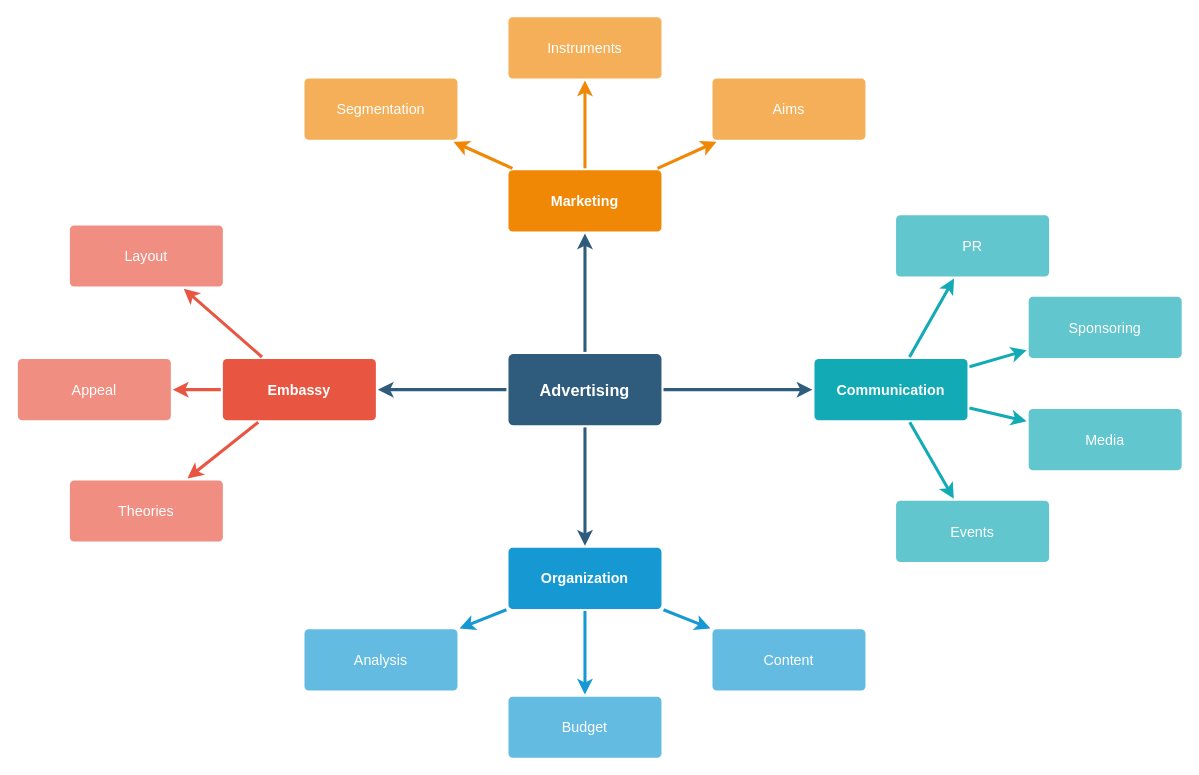
The draw.io diagram Untitled Diagram.drawio in Andykibz/Collaborative-VR-Robot-Arm-Project, before the edit. Source tidied: cells renumbered, new cells numbered last; positions are measured from the earlier drawing's top-left corner, leaving out a move shared by most shapes. Both pictures are drawn from the tidied source at 102%, with x=0, y=0 at pixel (17, 16).
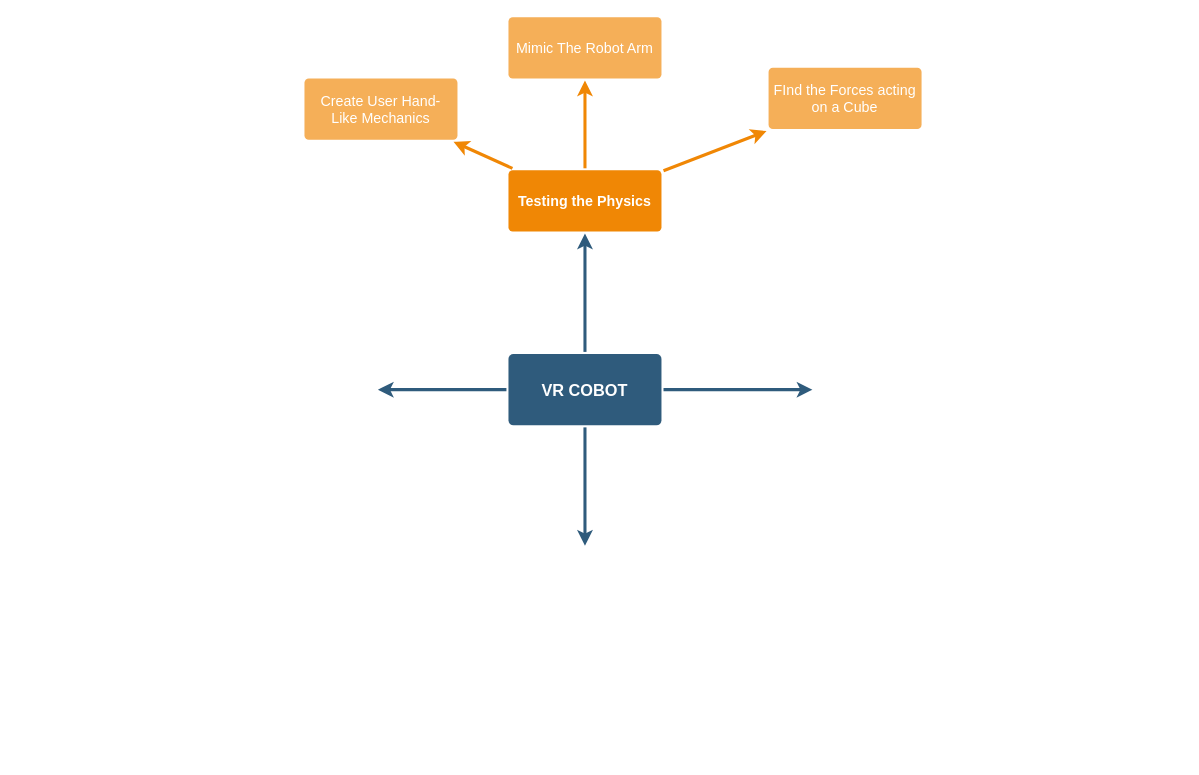
After the change.

Diff of the diagram source:
```diff
@@
-    <mxCell id="3" style="edgeStyle=none;rounded=0;jumpStyle=none;html=1;shadow=0;labelBackgroundColor=none;startArrow=none;startFill=0;endArrow=classic;endFill=1;jettySize=auto;strokeColor=#2F5B7C;strokeWidth=3;fontFamily=Helvetica;fontSize=16;fontColor=#23445D;spacing=5;" parent="1" edge="1" source="6" target="28">
-      <mxGeometry relative="1" as="geometry" />
+    <mxCell id="3" style="edgeStyle=none;rounded=0;jumpStyle=none;html=1;shadow=0;labelBackgroundColor=none;startArrow=none;startFill=0;endArrow=classic;endFill=1;jettySize=auto;strokeColor=#2F5B7C;strokeWidth=3;fontFamily=Helvetica;fontSize=16;fontColor=#23445D;spacing=5;" parent="1" edge="1" source="6">
+      <mxGeometry relative="1" as="geometry">
+        <mxPoint x="779" y="365.5" as="targetPoint" />
+      </mxGeometry>
     </mxCell>
-    <mxCell id="4" style="edgeStyle=none;rounded=0;jumpStyle=none;html=1;shadow=0;labelBackgroundColor=none;startArrow=none;startFill=0;endArrow=classic;endFill=1;jettySize=auto;strokeColor=#2F5B7C;strokeWidth=3;fontFamily=Helvetica;fontSize=16;fontColor=#23445D;spacing=5;" parent="1" edge="1" source="6" target="17">
-      <mxGeometry relative="1" as="geometry" />
+    <mxCell id="4" style="edgeStyle=none;rounded=0;jumpStyle=none;html=1;shadow=0;labelBackgroundColor=none;startArrow=none;startFill=0;endArrow=classic;endFill=1;jettySize=auto;strokeColor=#2F5B7C;strokeWidth=3;fontFamily=Helvetica;fontSize=16;fontColor=#23445D;spacing=5;" parent="1" edge="1" source="6">
+      <mxGeometry relative="1" as="geometry">
+        <mxPoint x="556" y="518.5" as="targetPoint" />
+      </mxGeometry>
     </mxCell>
-    <mxCell id="5" style="edgeStyle=none;rounded=0;jumpStyle=none;html=1;shadow=0;labelBackgroundColor=none;startArrow=none;startFill=0;endArrow=classic;endFill=1;jettySize=auto;strokeColor=#2F5B7C;strokeWidth=3;fontFamily=Helvetica;fontSize=16;fontColor=#23445D;spacing=5;" parent="1" edge="1" source="6" target="10">
-      <mxGeometry relative="1" as="geometry" />
+    <mxCell id="5" style="edgeStyle=none;rounded=0;jumpStyle=none;html=1;shadow=0;labelBackgroundColor=none;startArrow=none;startFill=0;endArrow=classic;endFill=1;jettySize=auto;strokeColor=#2F5B7C;strokeWidth=3;fontFamily=Helvetica;fontSize=16;fontColor=#23445D;spacing=5;" parent="1" edge="1" source="6">
+      <mxGeometry relative="1" as="geometry">
+        <mxPoint x="353" y="365.5" as="targetPoint" />
+      </mxGeometry>
     </mxCell>
-    <mxCell id="6" value="Advertising" style="rounded=1;whiteSpace=wrap;html=1;shadow=0;labelBackgroundColor=none;strokeColor=none;strokeWidth=3;fillColor=#2F5B7C;fontFamily=Helvetica;fontSize=16;fontColor=#FFFFFF;align=center;fontStyle=1;spacing=5;arcSize=7;perimeterSpacing=2;" parent="1" vertex="1">
+    <mxCell id="6" value="VR COBOT" style="rounded=1;whiteSpace=wrap;html=1;shadow=0;labelBackgroundColor=none;strokeColor=none;strokeWidth=3;fillColor=#2F5B7C;fontFamily=Helvetica;fontSize=16;fontColor=#FFFFFF;align=center;fontStyle=1;spacing=5;arcSize=7;perimeterSpacing=2;" parent="1" vertex="1">
       <mxGeometry x="481" y="330.5" width="150" height="70" as="geometry" />
     </mxCell>
-    <mxCell id="7" style="edgeStyle=none;rounded=1;jumpStyle=none;html=1;shadow=0;labelBackgroundColor=none;startArrow=none;startFill=0;jettySize=auto;strokeColor=#E85642;strokeWidth=3;fontFamily=Helvetica;fontSize=14;fontColor=#FFFFFF;spacing=5;fontStyle=1;fillColor=#b0e3e6;" parent="1" edge="1" source="10" target="13">
-      <mxGeometry relative="1" as="geometry" />
-    </mxCell>
-    <mxCell id="8" style="edgeStyle=none;rounded=1;jumpStyle=none;html=1;shadow=0;labelBackgroundColor=none;startArrow=none;startFill=0;jettySize=auto;strokeColor=#E85642;strokeWidth=3;fontFamily=Helvetica;fontSize=14;fontColor=#FFFFFF;spacing=5;fontStyle=1;fillColor=#b0e3e6;" parent="1" edge="1" source="10" target="12">
-      <mxGeometry relative="1" as="geometry" />
-    </mxCell>
-    <mxCell id="9" style="edgeStyle=none;rounded=1;jumpStyle=none;html=1;shadow=0;labelBackgroundColor=none;startArrow=none;startFill=0;jettySize=auto;strokeColor=#E85642;strokeWidth=3;fontFamily=Helvetica;fontSize=14;fontColor=#FFFFFF;spacing=5;fontStyle=1;fillColor=#b0e3e6;" parent="1" edge="1" source="10" target="11">
-      <mxGeometry relative="1" as="geometry" />
-    </mxCell>
-    <mxCell id="10" value="Embassy" style="rounded=1;whiteSpace=wrap;html=1;shadow=0;labelBackgroundColor=none;strokeColor=none;strokeWidth=3;fillColor=#e85642;fontFamily=Helvetica;fontSize=14;fontColor=#FFFFFF;align=center;spacing=5;fontStyle=1;arcSize=7;perimeterSpacing=2;" parent="1" vertex="1">
-      <mxGeometry x="201" y="335.5" width="150" height="60" as="geometry" />
-    </mxCell>
-    <mxCell id="11" value="Theories" style="rounded=1;whiteSpace=wrap;html=1;shadow=0;labelBackgroundColor=none;strokeColor=none;strokeWidth=3;fillColor=#f08e81;fontFamily=Helvetica;fontSize=14;fontColor=#FFFFFF;align=center;spacing=5;fontStyle=0;arcSize=7;perimeterSpacing=2;" parent="1" vertex="1">
-      <mxGeometry x="51" y="454.5" width="150" height="60" as="geometry" />
-    </mxCell>
-    <mxCell id="12" value="Appeal" style="rounded=1;whiteSpace=wrap;html=1;shadow=0;labelBackgroundColor=none;strokeColor=none;strokeWidth=3;fillColor=#f08e81;fontFamily=Helvetica;fontSize=14;fontColor=#FFFFFF;align=center;spacing=5;fontStyle=0;arcSize=7;perimeterSpacing=2;" parent="1" vertex="1">
-      <mxGeometry y="335.5" width="150" height="60" as="geometry" />
-    </mxCell>
-    <mxCell id="13" value="Layout" style="rounded=1;whiteSpace=wrap;html=1;shadow=0;labelBackgroundColor=none;strokeColor=none;strokeWidth=3;fillColor=#f08e81;fontFamily=Helvetica;fontSize=14;fontColor=#FFFFFF;align=center;spacing=5;fontStyle=0;arcSize=7;perimeterSpacing=2;" parent="1" vertex="1">
-      <mxGeometry x="51" y="204.5" width="150" height="60" as="geometry" />
-    </mxCell>
-    <mxCell id="14" style="edgeStyle=none;rounded=0;jumpStyle=none;html=1;shadow=0;labelBackgroundColor=none;startArrow=none;startFill=0;endArrow=classic;endFill=1;jettySize=auto;strokeColor=#1699D3;strokeWidth=3;fontFamily=Helvetica;fontSize=14;fontColor=#FFFFFF;spacing=5;" parent="1" edge="1" source="17" target="20">
-      <mxGeometry relative="1" as="geometry" />
-    </mxCell>
-    <mxCell id="15" style="edgeStyle=none;rounded=0;jumpStyle=none;html=1;shadow=0;labelBackgroundColor=none;startArrow=none;startFill=0;endArrow=classic;endFill=1;jettySize=auto;strokeColor=#1699D3;strokeWidth=3;fontFamily=Helvetica;fontSize=14;fontColor=#FFFFFF;spacing=5;" parent="1" edge="1" source="17" target="19">
-      <mxGeometry relative="1" as="geometry" />
-    </mxCell>
-    <mxCell id="16" style="edgeStyle=none;rounded=0;jumpStyle=none;html=1;shadow=0;labelBackgroundColor=none;startArrow=none;startFill=0;endArrow=classic;endFill=1;jettySize=auto;strokeColor=#1699D3;strokeWidth=3;fontFamily=Helvetica;fontSize=14;fontColor=#FFFFFF;spacing=5;" parent="1" edge="1" source="17" target="18">
-      <mxGeometry relative="1" as="geometry" />
-    </mxCell>
-    <mxCell id="17" value="Organization" style="rounded=1;whiteSpace=wrap;html=1;shadow=0;labelBackgroundColor=none;strokeColor=none;strokeWidth=3;fillColor=#1699d3;fontFamily=Helvetica;fontSize=14;fontColor=#FFFFFF;align=center;spacing=5;fontStyle=1;arcSize=7;perimeterSpacing=2;" parent="1" vertex="1">
-      <mxGeometry x="481" y="520.5" width="150" height="60" as="geometry" />
-    </mxCell>
-    <mxCell id="18" value="Content" style="rounded=1;whiteSpace=wrap;html=1;shadow=0;labelBackgroundColor=none;strokeColor=none;strokeWidth=3;fillColor=#64bbe2;fontFamily=Helvetica;fontSize=14;fontColor=#FFFFFF;align=center;spacing=5;arcSize=7;perimeterSpacing=2;" parent="1" vertex="1">
-      <mxGeometry x="681" y="600.5" width="150" height="60" as="geometry" />
-    </mxCell>
-    <mxCell id="19" value="Budget" style="rounded=1;whiteSpace=wrap;html=1;shadow=0;labelBackgroundColor=none;strokeColor=none;strokeWidth=3;fillColor=#64bbe2;fontFamily=Helvetica;fontSize=14;fontColor=#FFFFFF;align=center;spacing=5;arcSize=7;perimeterSpacing=2;" parent="1" vertex="1">
-      <mxGeometry x="481" y="666.5" width="150" height="60" as="geometry" />
-    </mxCell>
-    <mxCell id="20" value="Analysis" style="rounded=1;whiteSpace=wrap;html=1;shadow=0;labelBackgroundColor=none;strokeColor=none;strokeWidth=3;fillColor=#64bbe2;fontFamily=Helvetica;fontSize=14;fontColor=#FFFFFF;align=center;spacing=5;arcSize=7;perimeterSpacing=2;" parent="1" vertex="1">
-      <mxGeometry x="281" y="600.5" width="150" height="60" as="geometry" />
-    </mxCell>
-    <mxCell id="21" value="Marketing" style="rounded=1;whiteSpace=wrap;html=1;shadow=0;labelBackgroundColor=none;strokeColor=none;strokeWidth=3;fillColor=#F08705;fontFamily=Helvetica;fontSize=14;fontColor=#FFFFFF;align=center;spacing=5;fontStyle=1;arcSize=7;perimeterSpacing=2;" parent="1" vertex="1">
+    <mxCell id="21" value="Testing the Physics" style="rounded=1;whiteSpace=wrap;html=1;shadow=0;labelBackgroundColor=none;strokeColor=none;strokeWidth=3;fillColor=#F08705;fontFamily=Helvetica;fontSize=14;fontColor=#FFFFFF;align=center;spacing=5;fontStyle=1;arcSize=7;perimeterSpacing=2;" parent="1" vertex="1">
       <mxGeometry x="481" y="150.5" width="150" height="60" as="geometry" />
     </mxCell>
-    <mxCell id="22" value="Aims&lt;br&gt;" style="rounded=1;whiteSpace=wrap;html=1;shadow=0;labelBackgroundColor=none;strokeColor=none;strokeWidth=3;fillColor=#f5af58;fontFamily=Helvetica;fontSize=14;fontColor=#FFFFFF;align=center;spacing=5;arcSize=7;perimeterSpacing=2;" parent="1" vertex="1">
-      <mxGeometry x="681" y="60.5" width="150" height="60" as="geometry" />
-    </mxCell>
-    <mxCell id="23" style="edgeStyle=none;rounded=0;jumpStyle=none;html=1;shadow=0;labelBackgroundColor=none;startArrow=none;startFill=0;endArrow=classic;endFill=1;jettySize=auto;strokeColor=#F08705;strokeWidth=3;fontFamily=Helvetica;fontSize=14;fontColor=#FFFFFF;spacing=5;" parent="1" edge="1" source="21" target="22">
+    <mxCell id="23" style="edgeStyle=none;rounded=0;jumpStyle=none;html=1;shadow=0;labelBackgroundColor=none;startArrow=none;startFill=0;endArrow=classic;endFill=1;jettySize=auto;strokeColor=#F08705;strokeWidth=3;fontFamily=Helvetica;fontSize=14;fontColor=#FFFFFF;spacing=5;entryX=0;entryY=1;entryDx=0;entryDy=0;" parent="1" edge="1" source="21" target="37">
       <mxGeometry relative="1" as="geometry" />
     </mxCell>
-    <mxCell id="24" value="Instruments" style="rounded=1;whiteSpace=wrap;html=1;shadow=0;labelBackgroundColor=none;strokeColor=none;strokeWidth=3;fillColor=#f5af58;fontFamily=Helvetica;fontSize=14;fontColor=#FFFFFF;align=center;spacing=5;arcSize=7;perimeterSpacing=2;" parent="1" vertex="1">
+    <mxCell id="24" value="Mimic The Robot Arm" style="rounded=1;whiteSpace=wrap;html=1;shadow=0;labelBackgroundColor=none;strokeColor=none;strokeWidth=3;fillColor=#f5af58;fontFamily=Helvetica;fontSize=14;fontColor=#FFFFFF;align=center;spacing=5;arcSize=7;perimeterSpacing=2;" parent="1" vertex="1">
       <mxGeometry x="481" y="0.5" width="150" height="60" as="geometry" />
     </mxCell>
@@
-    <mxCell id="26" value="Segmentation" style="rounded=1;whiteSpace=wrap;html=1;shadow=0;labelBackgroundColor=none;strokeColor=none;strokeWidth=3;fillColor=#f5af58;fontFamily=Helvetica;fontSize=14;fontColor=#FFFFFF;align=center;spacing=5;arcSize=7;perimeterSpacing=2;" parent="1" vertex="1">
+    <mxCell id="26" value="Create User Hand-Like Mechanics" style="rounded=1;whiteSpace=wrap;html=1;shadow=0;labelBackgroundColor=none;strokeColor=none;strokeWidth=3;fillColor=#f5af58;fontFamily=Helvetica;fontSize=14;fontColor=#FFFFFF;align=center;spacing=5;arcSize=7;perimeterSpacing=2;" parent="1" vertex="1">
       <mxGeometry x="281" y="60.5" width="150" height="60" as="geometry" />
     </mxCell>
@@
-    <mxCell id="28" value="Communication" style="rounded=1;whiteSpace=wrap;html=1;shadow=0;labelBackgroundColor=none;strokeColor=none;strokeWidth=3;fillColor=#12aab5;fontFamily=Helvetica;fontSize=14;fontColor=#FFFFFF;align=center;spacing=5;fontStyle=1;arcSize=7;perimeterSpacing=2;" parent="1" vertex="1">
-      <mxGeometry x="781" y="335.5" width="150" height="60" as="geometry" />
-    </mxCell>
-    <mxCell id="29" value="Events" style="rounded=1;whiteSpace=wrap;html=1;shadow=0;labelBackgroundColor=none;strokeColor=none;strokeWidth=3;fillColor=#61c6ce;fontFamily=Helvetica;fontSize=14;fontColor=#FFFFFF;align=center;spacing=5;fontStyle=0;arcSize=7;perimeterSpacing=2;" parent="1" vertex="1">
-      <mxGeometry x="861" y="474.5" width="150" height="60" as="geometry" />
-    </mxCell>
-    <mxCell id="30" style="edgeStyle=none;rounded=1;jumpStyle=none;html=1;shadow=0;labelBackgroundColor=none;startArrow=none;startFill=0;jettySize=auto;strokeColor=#12AAB5;strokeWidth=3;fontFamily=Helvetica;fontSize=14;fontColor=#FFFFFF;spacing=5;fontStyle=1;fillColor=#b0e3e6;" parent="1" edge="1" source="28" target="29">
-      <mxGeometry relative="1" as="geometry" />
-    </mxCell>
-    <mxCell id="31" value="Media" style="rounded=1;whiteSpace=wrap;html=1;shadow=0;labelBackgroundColor=none;strokeColor=none;strokeWidth=3;fillColor=#61c6ce;fontFamily=Helvetica;fontSize=14;fontColor=#FFFFFF;align=center;spacing=5;fontStyle=0;arcSize=7;perimeterSpacing=2;" parent="1" vertex="1">
-      <mxGeometry x="991" y="384.5" width="150" height="60" as="geometry" />
-    </mxCell>
-    <mxCell id="32" style="edgeStyle=none;rounded=1;jumpStyle=none;html=1;shadow=0;labelBackgroundColor=none;startArrow=none;startFill=0;jettySize=auto;strokeColor=#12AAB5;strokeWidth=3;fontFamily=Helvetica;fontSize=14;fontColor=#FFFFFF;spacing=5;fontStyle=1;fillColor=#b0e3e6;" parent="1" edge="1" source="28" target="31">
-      <mxGeometry relative="1" as="geometry" />
-    </mxCell>
-    <mxCell id="33" value="Sponsoring" style="rounded=1;whiteSpace=wrap;html=1;shadow=0;labelBackgroundColor=none;strokeColor=none;strokeWidth=3;fillColor=#61c6ce;fontFamily=Helvetica;fontSize=14;fontColor=#FFFFFF;align=center;spacing=5;fontStyle=0;arcSize=7;perimeterSpacing=2;" parent="1" vertex="1">
-      <mxGeometry x="991" y="274.5" width="150" height="60" as="geometry" />
-    </mxCell>
-    <mxCell id="34" style="edgeStyle=none;rounded=1;jumpStyle=none;html=1;shadow=0;labelBackgroundColor=none;startArrow=none;startFill=0;jettySize=auto;strokeColor=#12AAB5;strokeWidth=3;fontFamily=Helvetica;fontSize=14;fontColor=#FFFFFF;spacing=5;fontStyle=1;fillColor=#b0e3e6;" parent="1" edge="1" source="28" target="33">
-      <mxGeometry relative="1" as="geometry" />
-    </mxCell>
-    <mxCell id="35" value="PR" style="rounded=1;whiteSpace=wrap;html=1;shadow=0;labelBackgroundColor=none;strokeColor=none;strokeWidth=3;fillColor=#61c6ce;fontFamily=Helvetica;fontSize=14;fontColor=#FFFFFF;align=center;spacing=5;fontStyle=0;arcSize=7;perimeterSpacing=2;" parent="1" vertex="1">
-      <mxGeometry x="861" y="194.5" width="150" height="60" as="geometry" />
-    </mxCell>
-    <mxCell id="36" style="edgeStyle=none;rounded=1;jumpStyle=none;html=1;shadow=0;labelBackgroundColor=none;startArrow=none;startFill=0;jettySize=auto;strokeColor=#12AAB5;strokeWidth=3;fontFamily=Helvetica;fontSize=14;fontColor=#FFFFFF;spacing=5;fontStyle=1;fillColor=#b0e3e6;" parent="1" edge="1" source="28" target="35">
-      <mxGeometry relative="1" as="geometry" />
-    </mxCell>
+    <mxCell id="37" value="FInd the Forces acting on a Cube" style="rounded=1;whiteSpace=wrap;html=1;shadow=0;labelBackgroundColor=none;strokeColor=none;strokeWidth=3;fillColor=#f5af58;fontFamily=Helvetica;fontSize=14;fontColor=#FFFFFF;align=center;spacing=5;arcSize=7;perimeterSpacing=2;" parent="1" vertex="1">
+      <mxGeometry x="736" y="50" width="150" height="60" as="geometry" />
+    </mxCell>
```
